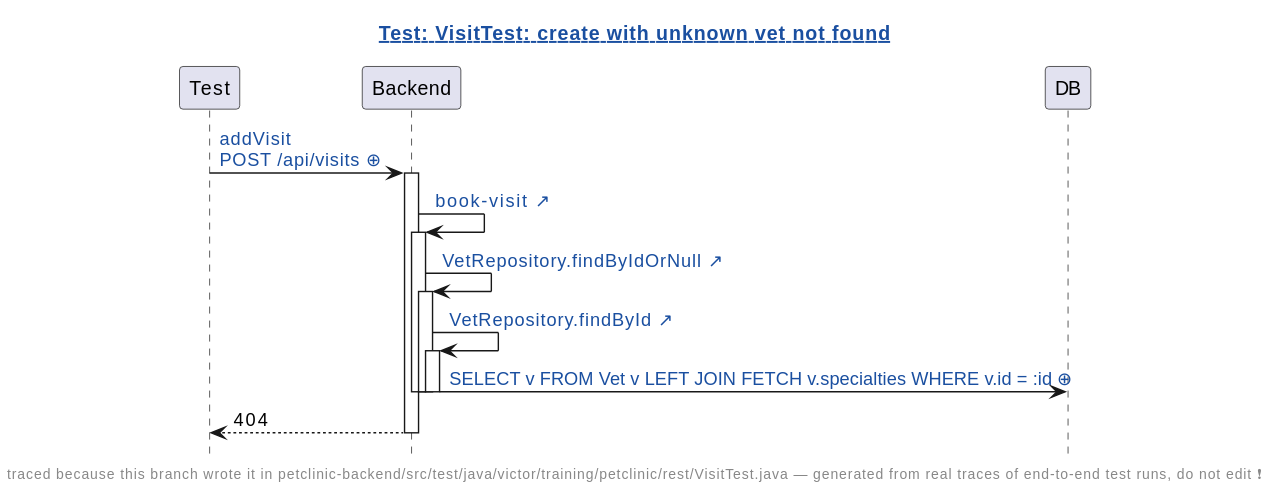
The PlantUML diagram demo/demo/assets/diagrams/petclinic-test_generated_VisitTest.java.create-with-unknown-vet-not-found.genseq.new.svg in victorrentea/human-review, before a commit.
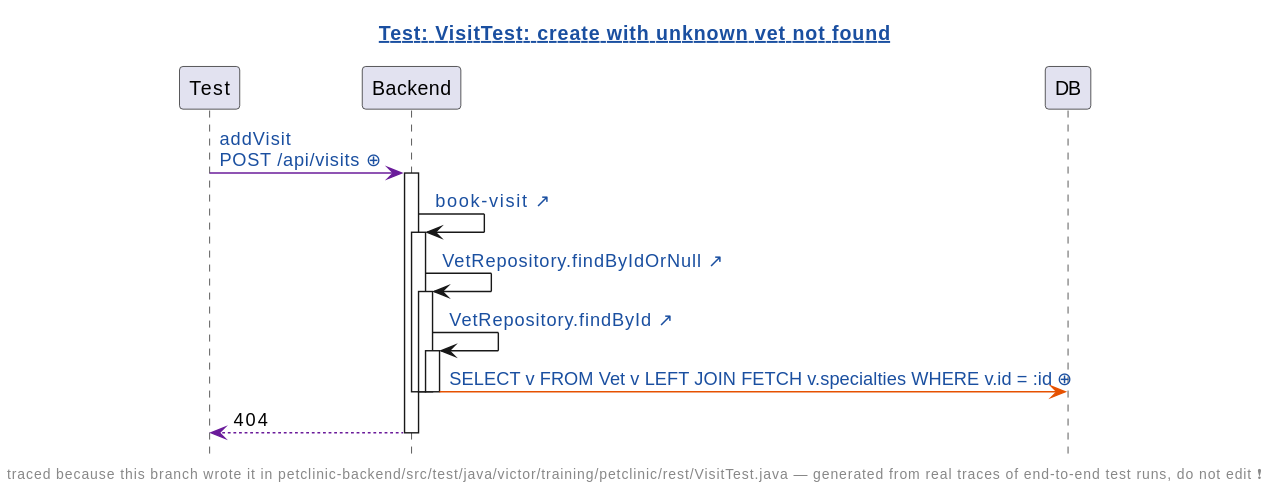
After the commit.

What changed in the source:
```diff
@@ -9,7 +9,7 @@
 participant Test
 participant Backend
 participant DB
-Test -> Backend: [[genseq://0rymiqj{Click for the request as it was sent} addVisit\nPOST /api/visits ⊕]]
+Test -[#6A1B9A]> Backend: [[genseq://0rymiqj{Click for the request as it was sent} addVisit\nPOST /api/visits ⊕]]
 activate Backend
 Backend -> Backend: [[src://petclinic-backend/src/main/java/victor/training/petclinic/rest/VisitRestController.java:72{Click to open VisitRestController.bookVisit} book-visit ↗]]
 activate Backend
@@ -17,10 +17,10 @@
 activate Backend
 Backend -> Backend: [[src://petclinic-backend/src/main/java/victor/training/petclinic/repository/VetRepository.java:16{Click to open VetRepository.findById} VetRepository.findById ↗]]
 activate Backend
-Backend -> DB: [[genseq://1imt0as{Click for the statement behind this call} SELECT v FROM Vet v LEFT JOIN FETCH v.specialties WHERE v.id = :id ⊕]]
+Backend -[#E65100]> DB: [[genseq://1imt0as{Click for the statement behind this call} SELECT v FROM Vet v LEFT JOIN FETCH v.specialties WHERE v.id = :id ⊕]]
 deactivate Backend
 deactivate Backend
 deactivate Backend
-Backend --> Test: 404
+Backend -[#6A1B9A]-> Test: 404
 deactivate Backend
 @enduml
```
